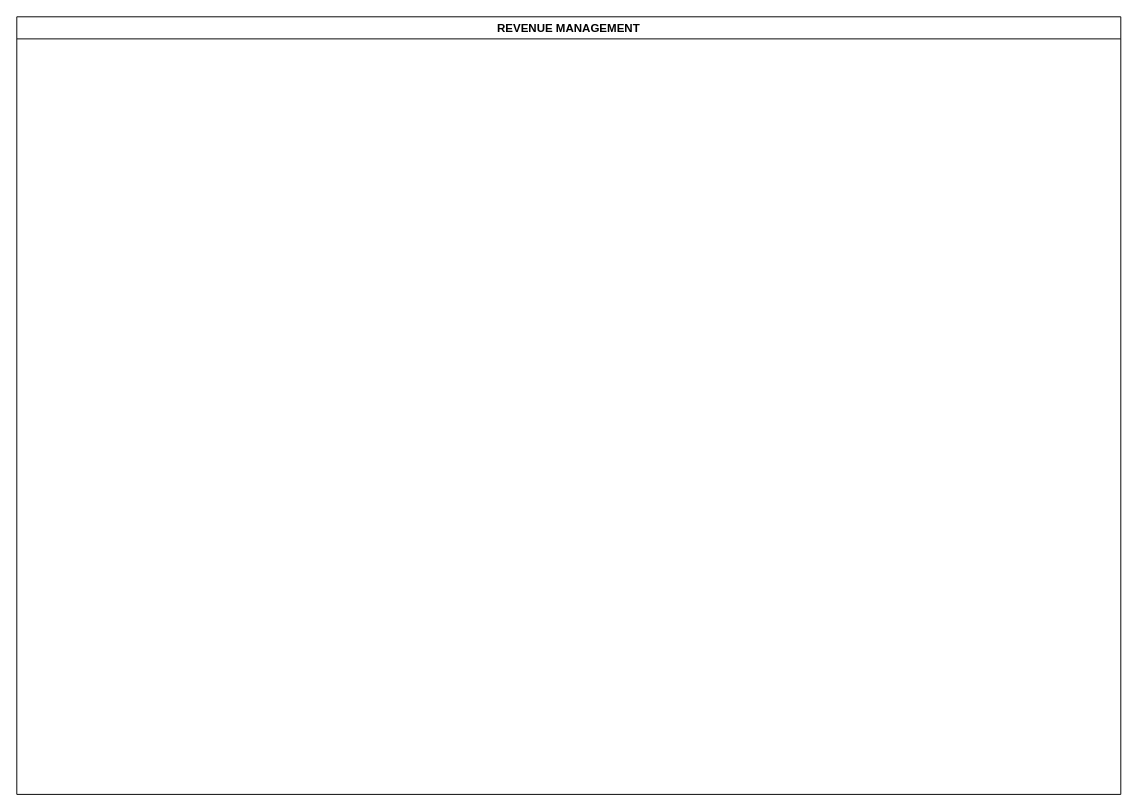
Before: KEFRI-FIN-REVENUE MANAGEMENT.drawio in kmagua/flowcharts, a draw.io diagram. Source tidied: cells renumbered, new cells numbered last; positions are measured from the earlier drawing's top-left corner, leaving out a move shared by most shapes. Both pictures are drawn from the tidied source at 96%, with x=0, y=0 at pixel (16, 16).
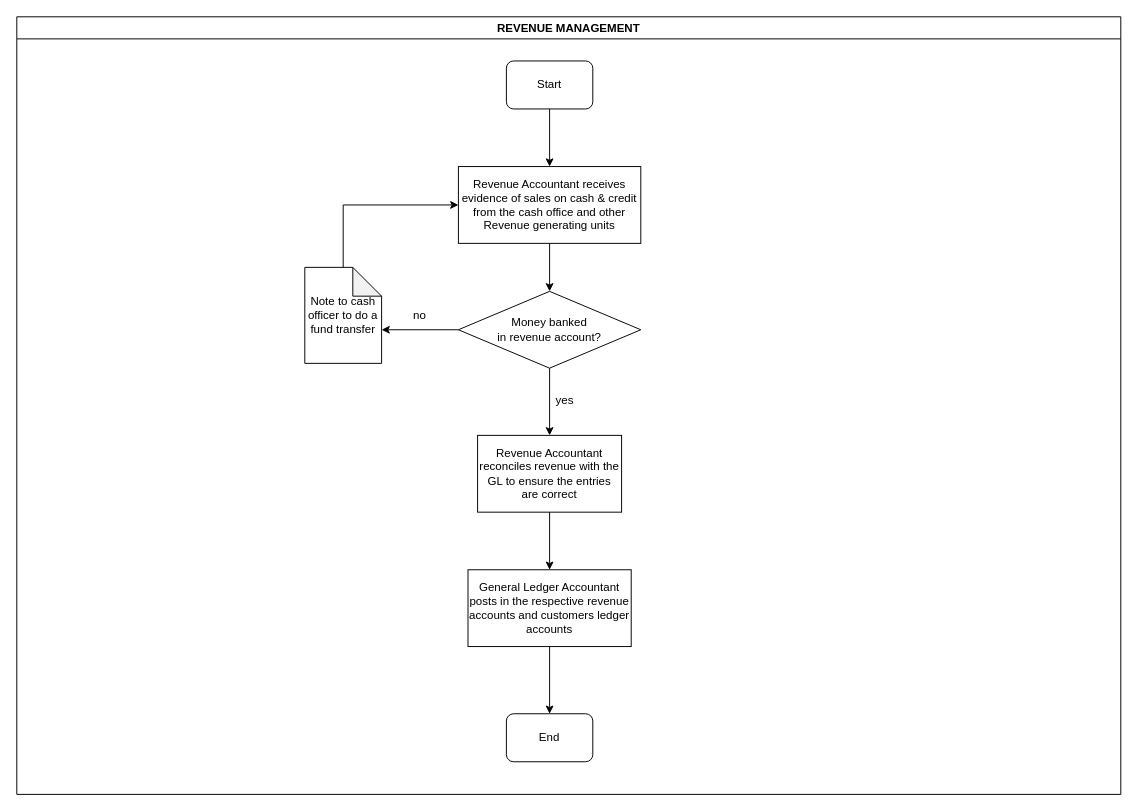
The same diagram, later.

Unchanged cells that the change refers to:
```xml
<mxCell id="2" value="REVENUE MANAGEMENT" style="swimlane;" parent="1" vertex="1">
  <mxGeometry width="1150" height="810" as="geometry" />
</mxCell>
```

The edit, as a diff of the source:
```diff
@@
+    <mxCell id="3" value="Start" style="rounded=1;whiteSpace=wrap;html=1;" parent="2" vertex="1">
+      <mxGeometry x="510" y="46" width="90" height="50" as="geometry" />
+    </mxCell>
+    <mxCell id="4" value="Revenue Accountant receives evidence of sales on cash &amp;amp; credit from the cash office and other Revenue generating units" style="rounded=0;whiteSpace=wrap;html=1;" parent="2" vertex="1">
+      <mxGeometry x="460" y="156" width="190" height="80" as="geometry" />
+    </mxCell>
+    <mxCell id="5" style="edgeStyle=orthogonalEdgeStyle;rounded=0;jettySize=auto;html=1;entryX=0.5;entryY=0;entryDx=0;entryDy=0;" parent="2" edge="1" source="3" target="4">
+      <mxGeometry relative="1" as="geometry" />
+    </mxCell>
+    <mxCell id="6" value="yes" style="text;html=1;strokeColor=none;fillColor=none;align=center;verticalAlign=middle;whiteSpace=wrap;rounded=0;" parent="2" vertex="1">
+      <mxGeometry x="551" y="390" width="40" height="20" as="geometry" />
+    </mxCell>
+    <mxCell id="7" value="Note to cash officer to do a fund transfer" style="shape=note;whiteSpace=wrap;html=1;backgroundOutline=1;darkOpacity=0.05;" parent="2" vertex="1">
+      <mxGeometry x="300" y="261" width="80" height="100" as="geometry" />
+    </mxCell>
+    <mxCell id="8" style="edgeStyle=orthogonalEdgeStyle;rounded=0;jettySize=auto;html=1;entryX=0;entryY=0.5;entryDx=0;entryDy=0;" parent="2" edge="1" source="7" target="4">
+      <mxGeometry relative="1" as="geometry">
+        <Array as="points">
+          <mxPoint x="340" y="196" />
+        </Array>
+      </mxGeometry>
+    </mxCell>
+    <mxCell id="9" value="no" style="text;html=1;strokeColor=none;fillColor=none;align=center;verticalAlign=middle;whiteSpace=wrap;rounded=0;" parent="2" vertex="1">
+      <mxGeometry x="400" y="301" width="40" height="20" as="geometry" />
+    </mxCell>
+    <mxCell id="10" value="&lt;div&gt;Money banked &lt;br&gt;&lt;/div&gt;&lt;div&gt;in revenue account?&lt;/div&gt;" style="rhombus;whiteSpace=wrap;html=1;rounded=0;" parent="2" vertex="1">
+      <mxGeometry x="460" y="286" width="190" height="80" as="geometry" />
+    </mxCell>
+    <mxCell id="11" style="edgeStyle=orthogonalEdgeStyle;rounded=0;jettySize=auto;html=1;" parent="2" edge="1" source="4" target="10">
+      <mxGeometry relative="1" as="geometry" />
+    </mxCell>
+    <mxCell id="12" style="edgeStyle=orthogonalEdgeStyle;rounded=0;jettySize=auto;html=1;entryX=0;entryY=0;entryDx=80;entryDy=65;entryPerimeter=0;" parent="2" edge="1" source="10" target="7">
+      <mxGeometry relative="1" as="geometry" />
+    </mxCell>
+    <mxCell id="13" value="Revenue Accountant reconciles revenue with the GL to ensure the entries are correct" style="whiteSpace=wrap;html=1;rounded=0;" parent="2" vertex="1">
+      <mxGeometry x="480" y="436" width="150" height="80" as="geometry" />
+    </mxCell>
+    <mxCell id="14" style="edgeStyle=orthogonalEdgeStyle;rounded=0;jettySize=auto;html=1;" parent="2" edge="1" source="10" target="13">
+      <mxGeometry relative="1" as="geometry" />
+    </mxCell>
+    <mxCell id="15" value="General Ledger Accountant posts in the respective revenue accounts and customers ledger accounts" style="whiteSpace=wrap;html=1;rounded=0;" parent="2" vertex="1">
+      <mxGeometry x="470" y="576" width="170" height="80" as="geometry" />
+    </mxCell>
+    <mxCell id="16" style="edgeStyle=orthogonalEdgeStyle;rounded=0;jettySize=auto;html=1;" parent="2" edge="1" source="13" target="15">
+      <mxGeometry relative="1" as="geometry" />
+    </mxCell>
+    <mxCell id="17" value="End" style="rounded=1;whiteSpace=wrap;html=1;" parent="2" vertex="1">
+      <mxGeometry x="510" y="726" width="90" height="50" as="geometry" />
+    </mxCell>
+    <mxCell id="18" style="edgeStyle=orthogonalEdgeStyle;rounded=0;jettySize=auto;html=1;entryX=0.5;entryY=0;entryDx=0;entryDy=0;" parent="2" edge="1" source="15" target="17">
+      <mxGeometry relative="1" as="geometry" />
+    </mxCell>
```
